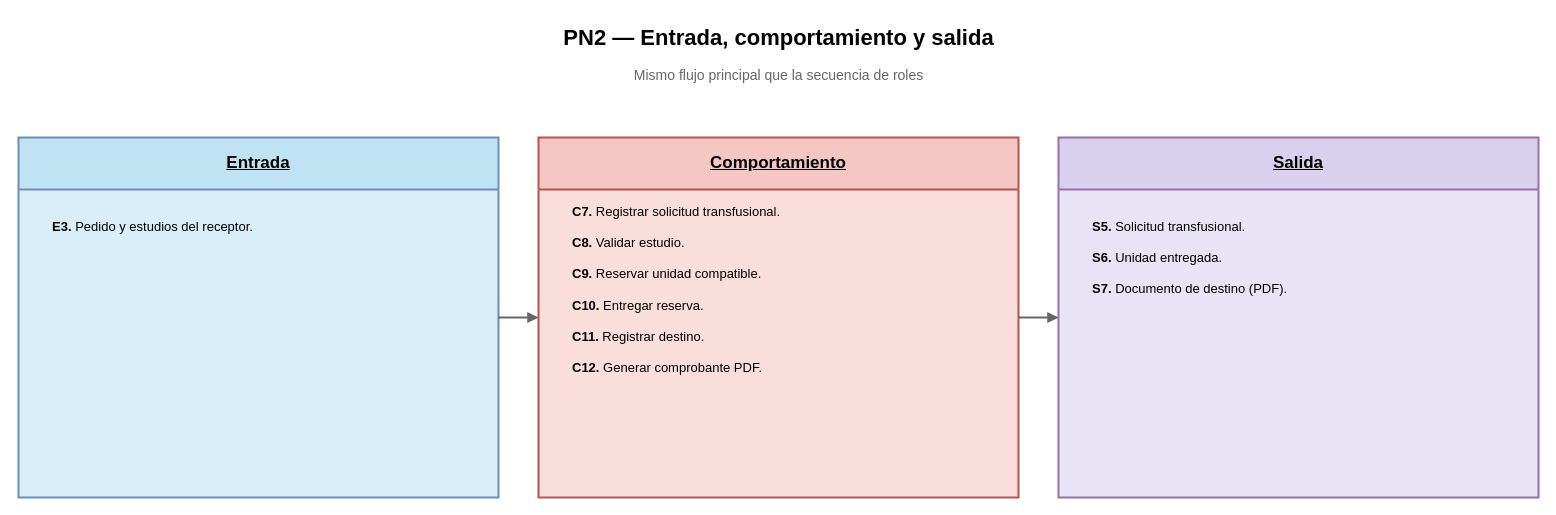
Earlier version of the draw.io diagram Diagramas/Secuencia de Roles/PN2_DiagramaEntradaComportamientoSalida.drawio (juanNH/Ingenieria-de-Software). Source tidied: cells renumbered, new cells numbered last; positions are measured from the earlier drawing's top-left corner, leaving out a move shared by most shapes. Both pictures are drawn from the tidied source at 100%, with x=0, y=0 at pixel (18, 17).
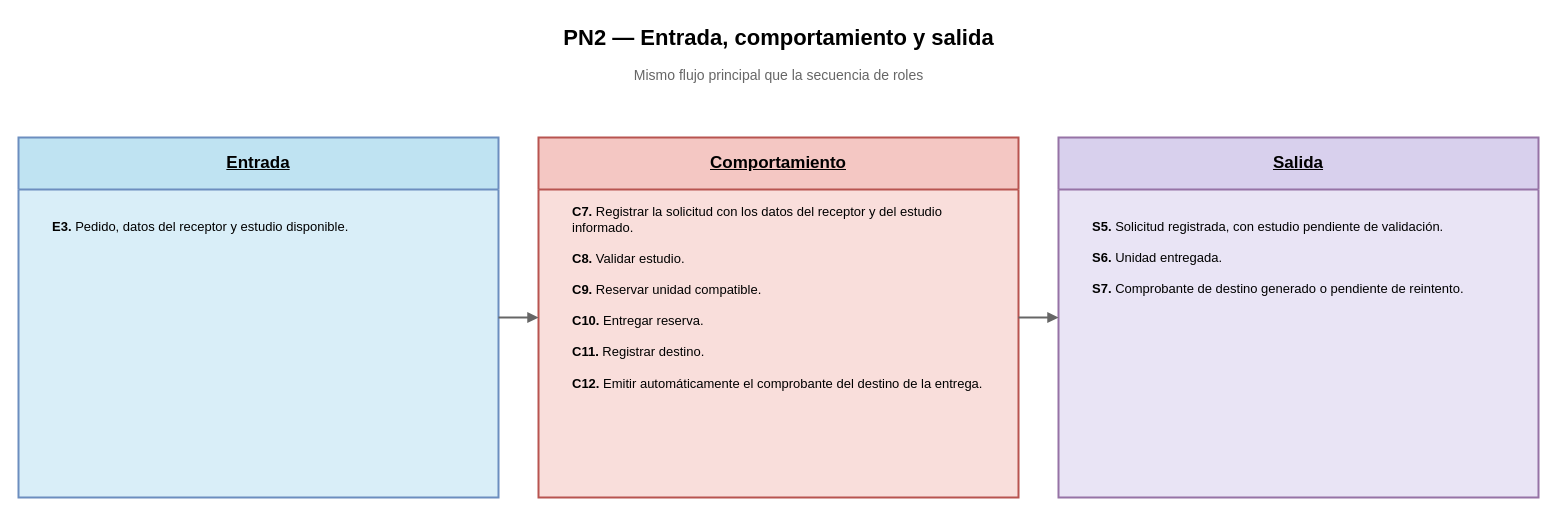
The same page after the edit.

The edit, as a diff of the source:
```diff
@@
 <mxGraphModel>
   <root>
     <mxCell id="0" />
     <mxCell id="1" parent="0" />
     <mxCell id="2" value="PN2 — Entrada, comportamiento y salida" style="text;html=1;strokeColor=none;fillColor=none;fontStyle=1;fontSize=22;align=center;verticalAlign=middle;fontFamily=Arial;" parent="1" vertex="1">
       <mxGeometry x="190" width="1140" height="42" as="geometry" />
     </mxCell>
     <mxCell id="3" value="Mismo flujo principal que la secuencia de roles" style="text;html=1;strokeColor=none;fillColor=none;fontSize=14;align=center;verticalAlign=middle;fontColor=#666666;fontFamily=Arial;" parent="1" vertex="1">
       <mxGeometry x="130" y="44" width="1260" height="28" as="geometry" />
     </mxCell>
     <mxCell id="4" value="&lt;b&gt;&lt;u&gt;Entrada&lt;/u&gt;&lt;/b&gt;" style="swimlane;horizontal=1;startSize=52;whiteSpace=wrap;html=1;rounded=0;fillColor=#bfe3f2;swimlaneFillColor=#d9eef8;strokeColor=#6c8ebf;strokeWidth=2;fontSize=17;fontFamily=Arial;align=center;verticalAlign=middle;" parent="1" vertex="1">
       <mxGeometry y="120" width="480" height="360" as="geometry" />
     </mxCell>
     <mxCell id="5" value="&lt;b&gt;&lt;u&gt;Comportamiento&lt;/u&gt;&lt;/b&gt;" style="swimlane;horizontal=1;startSize=52;whiteSpace=wrap;html=1;rounded=0;fillColor=#f4c7c3;swimlaneFillColor=#f9dedb;strokeColor=#b85450;strokeWidth=2;fontSize=17;fontFamily=Arial;align=center;verticalAlign=middle;" parent="1" vertex="1">
       <mxGeometry x="520" y="120" width="480" height="360" as="geometry" />
     </mxCell>
     <mxCell id="6" value="&lt;b&gt;&lt;u&gt;Salida&lt;/u&gt;&lt;/b&gt;" style="swimlane;horizontal=1;startSize=52;whiteSpace=wrap;html=1;rounded=0;fillColor=#d8d0ed;swimlaneFillColor=#e9e4f5;strokeColor=#9673a6;strokeWidth=2;fontSize=17;fontFamily=Arial;align=center;verticalAlign=middle;" parent="1" vertex="1">
       <mxGeometry x="1040" y="120" width="480" height="360" as="geometry" />
     </mxCell>
-    <mxCell id="7" value="&lt;b&gt;E3.&lt;/b&gt; Pedido y estudios del receptor." style="text;html=1;strokeColor=none;fillColor=none;whiteSpace=wrap;fontSize=13;fontFamily=Arial;align=left;verticalAlign=top;spacingLeft=12;spacingRight=12;spacingTop=10;" parent="1" vertex="1">
+    <mxCell id="7" value="&lt;b&gt;E3.&lt;/b&gt; Pedido, datos del receptor y estudio disponible." style="text;html=1;strokeColor=none;fillColor=none;whiteSpace=wrap;fontSize=13;fontFamily=Arial;align=left;verticalAlign=top;spacingLeft=12;spacingRight=12;spacingTop=10;" parent="1" vertex="1">
       <mxGeometry x="20" y="185" width="440" height="110" as="geometry" />
     </mxCell>
-    <mxCell id="8" value="&lt;b&gt;C7.&lt;/b&gt; Registrar solicitud transfusional.&lt;br&gt;&lt;br&gt;&lt;b&gt;C8.&lt;/b&gt; Validar estudio.&lt;br&gt;&lt;br&gt;&lt;b&gt;C9.&lt;/b&gt; Reservar unidad compatible.&lt;br&gt;&lt;br&gt;&lt;b&gt;C10.&lt;/b&gt; Entregar reserva.&lt;br&gt;&lt;br&gt;&lt;b&gt;C11.&lt;/b&gt; Registrar destino.&lt;br&gt;&lt;br&gt;&lt;b&gt;C12.&lt;/b&gt; Generar comprobante PDF." style="text;html=1;strokeColor=none;fillColor=none;whiteSpace=wrap;fontSize=13;fontFamily=Arial;align=left;verticalAlign=top;spacingLeft=12;spacingRight=12;spacingTop=10;" parent="1" vertex="1">
+    <mxCell id="8" value="&lt;b&gt;C7.&lt;/b&gt; Registrar la solicitud con los datos del receptor y del estudio informado.&lt;br&gt;&lt;br&gt;&lt;b&gt;C8.&lt;/b&gt; Validar estudio.&lt;br&gt;&lt;br&gt;&lt;b&gt;C9.&lt;/b&gt; Reservar unidad compatible.&lt;br&gt;&lt;br&gt;&lt;b&gt;C10.&lt;/b&gt; Entregar reserva.&lt;br&gt;&lt;br&gt;&lt;b&gt;C11.&lt;/b&gt; Registrar destino.&lt;br&gt;&lt;br&gt;&lt;b&gt;C12.&lt;/b&gt; Emitir automáticamente el comprobante del destino de la entrega." style="text;html=1;strokeColor=none;fillColor=none;whiteSpace=wrap;fontSize=13;fontFamily=Arial;align=left;verticalAlign=top;spacingLeft=12;spacingRight=12;spacingTop=10;" parent="1" vertex="1">
       <mxGeometry x="540" y="170" width="440" height="300" as="geometry" />
     </mxCell>
-    <mxCell id="9" value="&lt;b&gt;S5.&lt;/b&gt; Solicitud transfusional.&lt;br&gt;&lt;br&gt;&lt;b&gt;S6.&lt;/b&gt; Unidad entregada.&lt;br&gt;&lt;br&gt;&lt;b&gt;S7.&lt;/b&gt; Documento de destino (PDF)." style="text;html=1;strokeColor=none;fillColor=none;whiteSpace=wrap;fontSize=13;fontFamily=Arial;align=left;verticalAlign=top;spacingLeft=12;spacingRight=12;spacingTop=10;" parent="1" vertex="1">
+    <mxCell id="9" value="&lt;b&gt;S5.&lt;/b&gt; Solicitud registrada, con estudio pendiente de validación.&lt;br&gt;&lt;br&gt;&lt;b&gt;S6.&lt;/b&gt; Unidad entregada.&lt;br&gt;&lt;br&gt;&lt;b&gt;S7.&lt;/b&gt; Comprobante de destino generado o pendiente de reintento." style="text;html=1;strokeColor=none;fillColor=none;whiteSpace=wrap;fontSize=13;fontFamily=Arial;align=left;verticalAlign=top;spacingLeft=12;spacingRight=12;spacingTop=10;" parent="1" vertex="1">
       <mxGeometry x="1060" y="185" width="440" height="175" as="geometry" />
     </mxCell>
     <mxCell id="10" style="edgeStyle=orthogonalEdgeStyle;rounded=0;html=1;endArrow=block;endFill=1;strokeColor=#666666;strokeWidth=2;" parent="1" edge="1">
       <mxGeometry relative="1" as="geometry">
         <mxPoint x="480" y="300" as="sourcePoint" />
         <mxPoint x="520" y="300" as="targetPoint" />
       </mxGeometry>
     </mxCell>
     <mxCell id="11" style="edgeStyle=orthogonalEdgeStyle;rounded=0;html=1;endArrow=block;endFill=1;strokeColor=#666666;strokeWidth=2;" parent="1" edge="1">
       <mxGeometry relative="1" as="geometry">
         <mxPoint x="1000" y="300" as="sourcePoint" />
         <mxPoint x="1040" y="300" as="targetPoint" />
       </mxGeometry>
     </mxCell>
   </root>
 </mxGraphModel>
```
